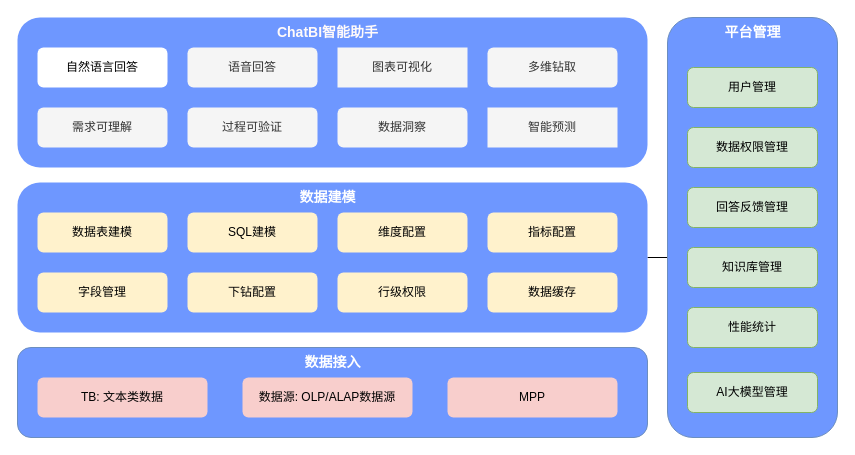
Before: 1.drawio in kejoe-zhang/configRepo, a draw.io diagram. Source tidied: cells renumbered, new cells numbered last; positions are measured from the earlier drawing's top-left corner, leaving out a move shared by most shapes. Both pictures are drawn from the tidied source at 100%, with x=0, y=0 at pixel (17, 17).
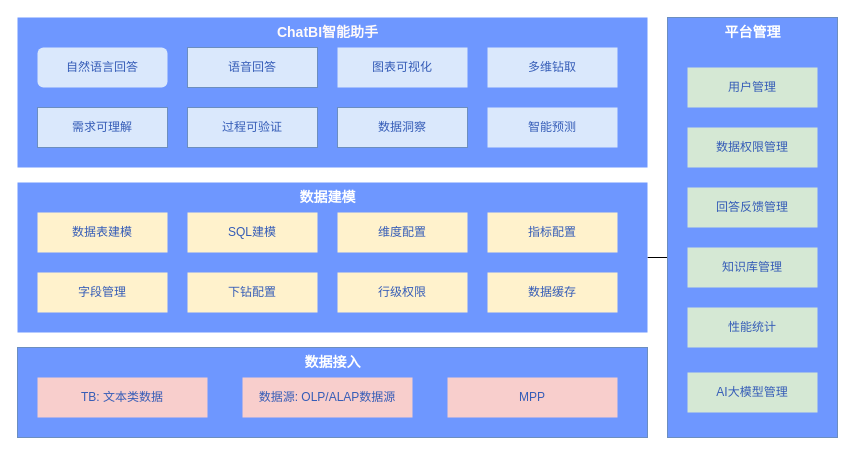
The same page after the edit.

Change to the diagram source:
```diff
@@
-    <mxCell id="2" style="rounded=1;whiteSpace=wrap;html=1;fillColor=#6e97ff;strokeColor=none;" parent="1" vertex="1">
+    <mxCell id="2" style="rounded=0;whiteSpace=wrap;html=1;fillColor=#6e97ff;strokeColor=none;" parent="1" vertex="1">
       <mxGeometry width="630" height="150" as="geometry" />
     </mxCell>
@@
-    <mxCell id="4" value="自然语言回答" style="rounded=1;whiteSpace=wrap;html=1;dashed=1;strokeColor=none;" parent="1" vertex="1">
+    <mxCell id="4" value="自然语言回答" style="rounded=1;whiteSpace=wrap;html=1;dashed=1;strokeColor=none;fillColor=#dae8fc;fontColor=#355cb7;" parent="1" vertex="1">
       <mxGeometry x="20" y="30" width="130" height="40" as="geometry" />
     </mxCell>
-    <mxCell id="5" value="需求可理解" style="rounded=1;whiteSpace=wrap;html=1;fillColor=#f5f5f5;fontColor=#333333;strokeColor=none;glass=0;" parent="1" vertex="1">
+    <mxCell id="5" value="需求可理解" style="rounded=0;whiteSpace=wrap;html=1;fillColor=#dae8fc;strokeColor=#6c8ebf;glass=0;fontColor=#355cb7;" parent="1" vertex="1">
       <mxGeometry x="20" y="90" width="130" height="40" as="geometry" />
     </mxCell>
-    <mxCell id="6" value="语音回答" style="rounded=1;whiteSpace=wrap;html=1;fillColor=#f5f5f5;fontColor=#333333;strokeColor=none;" parent="1" vertex="1">
+    <mxCell id="6" value="语音回答" style="rounded=0;whiteSpace=wrap;html=1;fillColor=#dae8fc;strokeColor=#6c8ebf;fontColor=#355cb7;" parent="1" vertex="1">
       <mxGeometry x="170" y="30" width="130" height="40" as="geometry" />
     </mxCell>
-    <mxCell id="7" value="多维钻取" style="rounded=1;whiteSpace=wrap;html=1;fillColor=#f5f5f5;fontColor=#333333;strokeColor=none;" parent="1" vertex="1">
+    <mxCell id="7" value="多维钻取" style="rounded=0;whiteSpace=wrap;html=1;fillColor=#dae8fc;strokeColor=none;fontColor=#355cb7;" parent="1" vertex="1">
       <mxGeometry x="470" y="30" width="130" height="40" as="geometry" />
     </mxCell>
-    <mxCell id="8" value="图表可视化" style="rounded=0;whiteSpace=wrap;html=1;fillColor=#f5f5f5;fontColor=#333333;strokeColor=none;" parent="1" vertex="1">
+    <mxCell id="8" value="图表可视化" style="rounded=0;whiteSpace=wrap;html=1;fillColor=#dae8fc;strokeColor=none;fontColor=#355cb7;" parent="1" vertex="1">
       <mxGeometry x="320" y="30" width="130" height="40" as="geometry" />
     </mxCell>
-    <mxCell id="9" value="过程可验证" style="rounded=1;whiteSpace=wrap;html=1;fillColor=#f5f5f5;fontColor=#333333;strokeColor=none;" parent="1" vertex="1">
+    <mxCell id="9" value="过程可验证" style="rounded=0;whiteSpace=wrap;html=1;fillColor=#dae8fc;strokeColor=#6c8ebf;fontColor=#355cb7;" parent="1" vertex="1">
       <mxGeometry x="170" y="90" width="130" height="40" as="geometry" />
     </mxCell>
-    <mxCell id="10" value="智能预测" style="rounded=0;whiteSpace=wrap;html=1;fillColor=#f5f5f5;fontColor=#333333;strokeColor=none;" parent="1" vertex="1">
+    <mxCell id="10" value="智能预测" style="rounded=0;whiteSpace=wrap;html=1;fillColor=#dae8fc;strokeColor=none;fontColor=#355cb7;" parent="1" vertex="1">
       <mxGeometry x="470" y="90" width="130" height="40" as="geometry" />
     </mxCell>
-    <mxCell id="11" value="数据洞察" style="rounded=1;whiteSpace=wrap;html=1;fillColor=#f5f5f5;fontColor=#333333;strokeColor=none;" parent="1" vertex="1">
+    <mxCell id="11" value="数据洞察" style="rounded=0;whiteSpace=wrap;html=1;fillColor=#dae8fc;strokeColor=#6c8ebf;fontColor=#355cb7;" parent="1" vertex="1">
       <mxGeometry x="320" y="90" width="130" height="40" as="geometry" />
     </mxCell>
@@
-    <mxCell id="13" style="rounded=1;whiteSpace=wrap;html=1;fillColor=#6e97ff;strokeColor=none;" parent="1" vertex="1">
+    <mxCell id="13" style="rounded=0;whiteSpace=wrap;html=1;fillColor=#6e97ff;strokeColor=none;" parent="1" vertex="1">
       <mxGeometry y="165" width="630" height="150" as="geometry" />
     </mxCell>
-    <mxCell id="14" value="数据表建模" style="rounded=1;whiteSpace=wrap;html=1;fillColor=#fff2cc;strokeColor=none;" parent="1" vertex="1">
+    <mxCell id="14" value="数据表建模" style="rounded=0;whiteSpace=wrap;html=1;fillColor=#fff2cc;strokeColor=none;fontColor=#355cb7;" parent="1" vertex="1">
       <mxGeometry x="20" y="195" width="130" height="40" as="geometry" />
     </mxCell>
-    <mxCell id="15" value="数据建模" style="text;html=1;align=center;verticalAlign=middle;strokeColor=none;fillColor=none;fontSize=14;fontStyle=1;fontColor=#ffffff;" parent="1" vertex="1">
+    <mxCell id="15" value="数据建模" style="text;html=1;align=center;verticalAlign=middle;strokeColor=none;fillColor=none;fontSize=14;fontStyle=1;fontColor=#ffffff;rounded=0;" parent="1" vertex="1">
       <mxGeometry x="270" y="165" width="80" height="30" as="geometry" />
     </mxCell>
-    <mxCell id="16" value="字段管理" style="rounded=1;whiteSpace=wrap;html=1;fillColor=#fff2cc;strokeColor=none;" parent="1" vertex="1">
+    <mxCell id="16" value="字段管理" style="rounded=0;whiteSpace=wrap;html=1;fillColor=#fff2cc;strokeColor=none;fontColor=#355cb7;" parent="1" vertex="1">
       <mxGeometry x="20" y="255" width="130" height="40" as="geometry" />
     </mxCell>
-    <mxCell id="17" value="指标配置" style="rounded=1;whiteSpace=wrap;html=1;fillColor=#fff2cc;strokeColor=none;" parent="1" vertex="1">
+    <mxCell id="17" value="指标配置" style="rounded=0;whiteSpace=wrap;html=1;fillColor=#fff2cc;strokeColor=none;fontColor=#355cb7;" parent="1" vertex="1">
       <mxGeometry x="470" y="195" width="130" height="40" as="geometry" />
     </mxCell>
-    <mxCell id="18" value="维度配置" style="rounded=1;whiteSpace=wrap;html=1;fillColor=#fff2cc;strokeColor=none;" parent="1" vertex="1">
+    <mxCell id="18" value="维度配置" style="rounded=0;whiteSpace=wrap;html=1;fillColor=#fff2cc;strokeColor=none;fontColor=#355cb7;" parent="1" vertex="1">
       <mxGeometry x="320" y="195" width="130" height="40" as="geometry" />
     </mxCell>
-    <mxCell id="19" value="SQL建模" style="rounded=1;whiteSpace=wrap;html=1;fillColor=#fff2cc;strokeColor=none;" parent="1" vertex="1">
+    <mxCell id="19" value="SQL建模" style="rounded=0;whiteSpace=wrap;html=1;fillColor=#fff2cc;strokeColor=none;fontColor=#355cb7;" parent="1" vertex="1">
       <mxGeometry x="170" y="195" width="130" height="40" as="geometry" />
     </mxCell>
-    <mxCell id="20" value="行级权限" style="rounded=1;whiteSpace=wrap;html=1;fillColor=#fff2cc;strokeColor=none;" parent="1" vertex="1">
+    <mxCell id="20" value="行级权限" style="rounded=0;whiteSpace=wrap;html=1;fillColor=#fff2cc;strokeColor=none;fontColor=#355cb7;" parent="1" vertex="1">
       <mxGeometry x="320" y="255" width="130" height="40" as="geometry" />
     </mxCell>
-    <mxCell id="21" value="下钻配置" style="rounded=1;whiteSpace=wrap;html=1;fillColor=#fff2cc;strokeColor=none;" parent="1" vertex="1">
+    <mxCell id="21" value="下钻配置" style="rounded=0;whiteSpace=wrap;html=1;fillColor=#fff2cc;strokeColor=none;fontColor=#355cb7;" parent="1" vertex="1">
       <mxGeometry x="170" y="255" width="130" height="40" as="geometry" />
     </mxCell>
-    <mxCell id="22" value="数据缓存" style="rounded=1;whiteSpace=wrap;html=1;fillColor=#fff2cc;strokeColor=none;" parent="1" vertex="1">
+    <mxCell id="22" value="数据缓存" style="rounded=0;whiteSpace=wrap;html=1;fillColor=#fff2cc;strokeColor=none;fontColor=#355cb7;" parent="1" vertex="1">
       <mxGeometry x="470" y="255" width="130" height="40" as="geometry" />
     </mxCell>
-    <mxCell id="23" style="rounded=1;whiteSpace=wrap;html=1;fillColor=#6e97ff;strokeColor=#6c8ebf;" parent="1" vertex="1">
+    <mxCell id="23" style="rounded=0;whiteSpace=wrap;html=1;fillColor=#6e97ff;strokeColor=#6c8ebf;" parent="1" vertex="1">
       <mxGeometry y="330" width="630" height="90" as="geometry" />
     </mxCell>
-    <mxCell id="24" value="数据接入" style="text;html=1;align=center;verticalAlign=middle;strokeColor=none;fillColor=none;fontColor=#ffffff;fontStyle=1;fontSize=14;" parent="1" vertex="1">
+    <mxCell id="24" value="数据接入" style="text;html=1;align=center;verticalAlign=middle;strokeColor=none;fillColor=none;fontColor=#ffffff;fontStyle=1;fontSize=14;rounded=0;" parent="1" vertex="1">
       <mxGeometry x="275" y="330" width="80" height="30" as="geometry" />
     </mxCell>
-    <mxCell id="25" value="TB: 文本类数据" style="rounded=1;whiteSpace=wrap;html=1;fillColor=#f8cecc;strokeColor=none;" parent="1" vertex="1">
+    <mxCell id="25" value="TB: 文本类数据" style="rounded=0;whiteSpace=wrap;html=1;fillColor=#f8cecc;strokeColor=none;fontColor=#355cb7;" parent="1" vertex="1">
       <mxGeometry x="20" y="360" width="170" height="40" as="geometry" />
     </mxCell>
-    <mxCell id="26" value="数据源: OLP/ALAP数据源" style="rounded=1;whiteSpace=wrap;html=1;fillColor=#f8cecc;strokeColor=none;" parent="1" vertex="1">
+    <mxCell id="26" value="数据源: OLP/ALAP数据源" style="rounded=0;whiteSpace=wrap;html=1;fillColor=#f8cecc;strokeColor=none;fontColor=#355cb7;" parent="1" vertex="1">
       <mxGeometry x="225" y="360" width="170" height="40" as="geometry" />
     </mxCell>
-    <mxCell id="27" value="MPP" style="rounded=1;whiteSpace=wrap;html=1;fillColor=#f8cecc;strokeColor=none;" parent="1" vertex="1">
+    <mxCell id="27" value="MPP" style="rounded=0;whiteSpace=wrap;html=1;fillColor=#f8cecc;strokeColor=none;fontColor=#355cb7;" parent="1" vertex="1">
       <mxGeometry x="430" y="360" width="170" height="40" as="geometry" />
     </mxCell>
-    <mxCell id="28" style="rounded=1;whiteSpace=wrap;html=1;fillColor=#6e97ff;strokeColor=#6c8ebf;" parent="1" vertex="1">
+    <mxCell id="28" style="rounded=0;whiteSpace=wrap;html=1;fillColor=#6e97ff;strokeColor=#6c8ebf;" parent="1" vertex="1">
       <mxGeometry x="650" width="170" height="420" as="geometry" />
     </mxCell>
-    <mxCell id="29" value="用户管理" style="rounded=1;whiteSpace=wrap;html=1;fillColor=#d5e8d4;strokeColor=#82b366;" parent="1" vertex="1">
+    <mxCell id="29" value="用户管理" style="rounded=0;whiteSpace=wrap;html=1;fillColor=#d5e8d4;strokeColor=none;fontColor=#355cb7;" parent="1" vertex="1">
       <mxGeometry x="670" y="50" width="130" height="40" as="geometry" />
     </mxCell>
-    <mxCell id="30" value="AI大模型管理" style="rounded=1;whiteSpace=wrap;html=1;fillColor=#d5e8d4;strokeColor=#82b366;" parent="1" vertex="1">
+    <mxCell id="30" value="AI大模型管理" style="rounded=0;whiteSpace=wrap;html=1;fillColor=#d5e8d4;strokeColor=none;fontColor=#355cb7;" parent="1" vertex="1">
       <mxGeometry x="670" y="355" width="130" height="40" as="geometry" />
     </mxCell>
-    <mxCell id="31" value="性能统计" style="rounded=1;whiteSpace=wrap;html=1;fillColor=#d5e8d4;strokeColor=#82b366;" parent="1" vertex="1">
+    <mxCell id="31" value="性能统计" style="rounded=0;whiteSpace=wrap;html=1;fillColor=#d5e8d4;strokeColor=none;fontColor=#355cb7;" parent="1" vertex="1">
       <mxGeometry x="670" y="290" width="130" height="40" as="geometry" />
     </mxCell>
-    <mxCell id="32" value="知识库管理" style="rounded=1;whiteSpace=wrap;html=1;fillColor=#d5e8d4;strokeColor=#82b366;" parent="1" vertex="1">
+    <mxCell id="32" value="知识库管理" style="rounded=0;whiteSpace=wrap;html=1;fillColor=#d5e8d4;strokeColor=none;fontColor=#355cb7;" parent="1" vertex="1">
       <mxGeometry x="670" y="230" width="130" height="40" as="geometry" />
     </mxCell>
-    <mxCell id="33" value="回答反馈管理" style="rounded=1;whiteSpace=wrap;html=1;fillColor=#d5e8d4;strokeColor=#82b366;" parent="1" vertex="1">
+    <mxCell id="33" value="回答反馈管理" style="rounded=0;whiteSpace=wrap;html=1;fillColor=#d5e8d4;strokeColor=none;fontColor=#355cb7;" parent="1" vertex="1">
       <mxGeometry x="670" y="170" width="130" height="40" as="geometry" />
     </mxCell>
-    <mxCell id="34" value="数据权限管理" style="rounded=1;whiteSpace=wrap;html=1;fillColor=#d5e8d4;strokeColor=#82b366;" parent="1" vertex="1">
+    <mxCell id="34" value="数据权限管理" style="rounded=0;whiteSpace=wrap;html=1;fillColor=#d5e8d4;strokeColor=none;fontColor=#355cb7;" parent="1" vertex="1">
       <mxGeometry x="670" y="110" width="130" height="40" as="geometry" />
     </mxCell>
-    <mxCell id="35" value="平台管理" style="text;html=1;align=center;verticalAlign=middle;strokeColor=none;fillColor=none;fontColor=#FFFFFF;fontStyle=1;fontSize=14;" parent="1" vertex="1">
+    <mxCell id="35" value="平台管理" style="text;html=1;align=center;verticalAlign=middle;strokeColor=none;fillColor=none;fontColor=#FFFFFF;fontStyle=1;fontSize=14;rounded=0;" parent="1" vertex="1">
       <mxGeometry x="695" width="80" height="30" as="geometry" />
     </mxCell>
```
